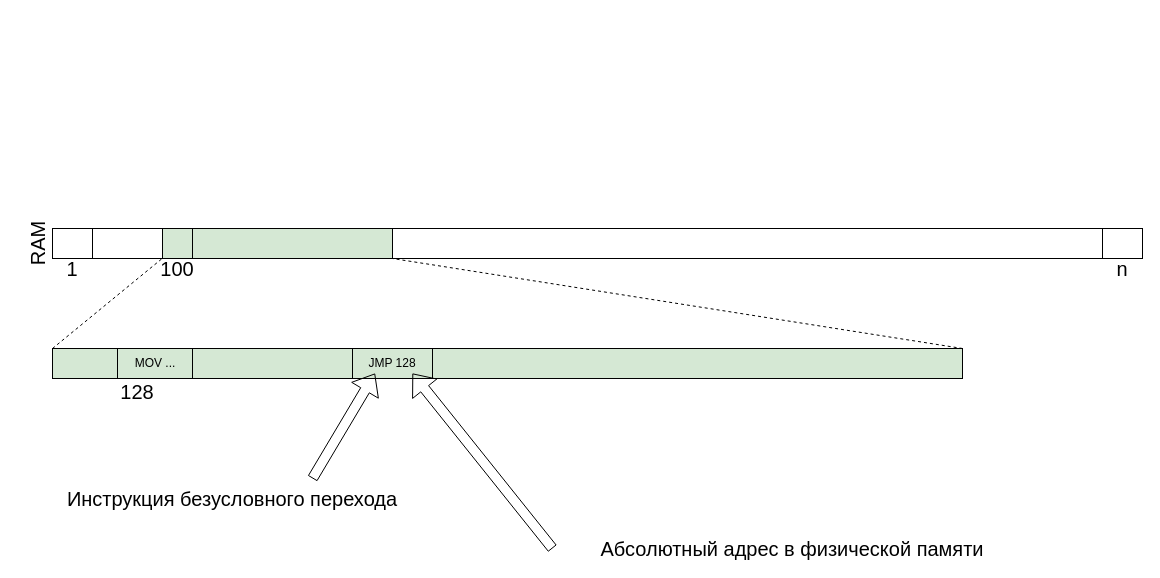
The draw.io diagram page "P04" (4 of 34) of slides/memmgt.drawio in 77maxikov/os_course, before the edit. Source tidied: cells renumbered, new cells numbered last; positions are measured from the earlier drawing's top-left corner, leaving out a move shared by most shapes. Both pictures are drawn from the tidied source at 100%, with x=0, y=0 at pixel (12, 223).
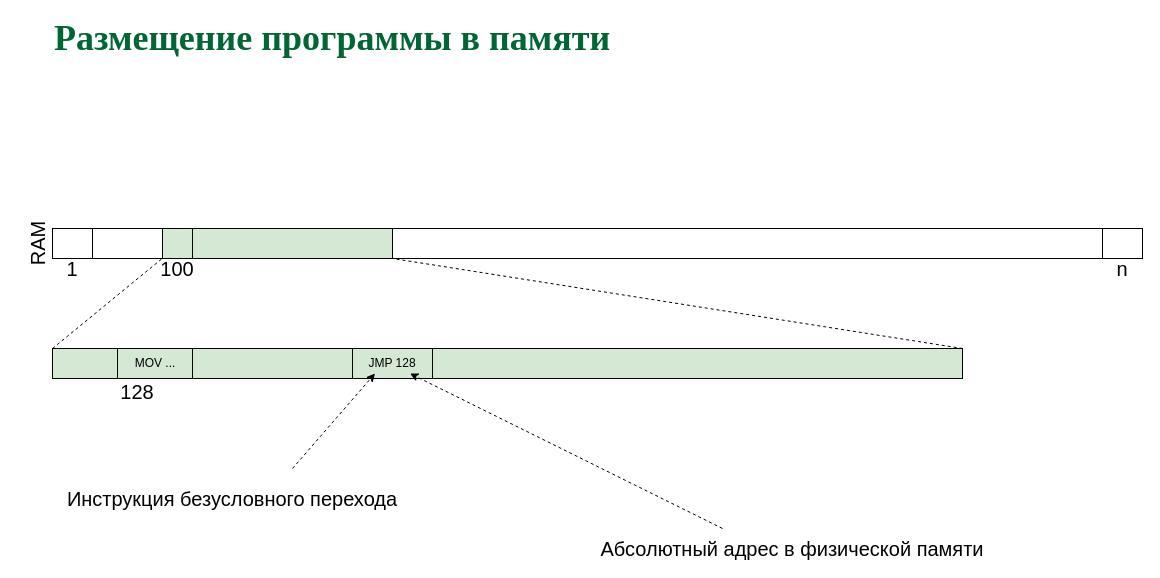
The same diagram, later.

Unchanged cells that the change refers to:
```xml
<mxCell id="14" value="JMP 128" style="text;html=1;strokeColor=none;fillColor=none;align=center;verticalAlign=middle;whiteSpace=wrap;rounded=0;" parent="1" vertex="1">
  <mxGeometry x="345" y="130" width="70" height="20" as="geometry" />
</mxCell>
```

The edit, as a diff of the source:
```diff
@@
-    <mxCell id="15" style="shape=flexArrow;endArrow=classic;html=1;" parent="1" edge="1">
-      <mxGeometry relative="1" as="geometry">
-        <mxPoint x="540" y="325" as="sourcePoint" />
-        <mxPoint x="400" y="150" as="targetPoint" />
-      </mxGeometry>
-    </mxCell>
@@
-    <mxCell id="17" style="shape=flexArrow;endArrow=classic;html=1;entryX=0.25;entryY=1;entryDx=0;entryDy=0;" parent="1" edge="1" target="14">
-      <mxGeometry relative="1" as="geometry">
-        <mxPoint x="300" y="255" as="sourcePoint" />
-      </mxGeometry>
-    </mxCell>
@@
+    <mxCell id="23" value="&lt;b style=&quot;color: rgb(0 , 102 , 51) ; font-family: &amp;#34;garamond&amp;#34; ; font-size: 36px&quot;&gt;Размещение программы в памяти&lt;br&gt;&lt;/b&gt;" style="text;html=1;align=left;verticalAlign=middle;whiteSpace=wrap;rounded=0;" parent="1" vertex="1">
+      <mxGeometry x="40" y="-195" width="920" height="20" as="geometry" />
+    </mxCell>
+    <mxCell id="24" style="endArrow=classic;html=1;dashed=1;entryX=0.25;entryY=1;entryDx=0;entryDy=0;" parent="1" edge="1" target="14">
+      <mxGeometry relative="1" as="geometry">
+        <mxPoint x="280" y="245" as="sourcePoint" />
+      </mxGeometry>
+    </mxCell>
+    <mxCell id="25" style="endArrow=classic;html=1;dashed=1;entryX=0.75;entryY=1;entryDx=0;entryDy=0;" parent="1" edge="1" target="14">
+      <mxGeometry relative="1" as="geometry">
+        <mxPoint x="710" y="305" as="sourcePoint" />
+      </mxGeometry>
+    </mxCell>
```
